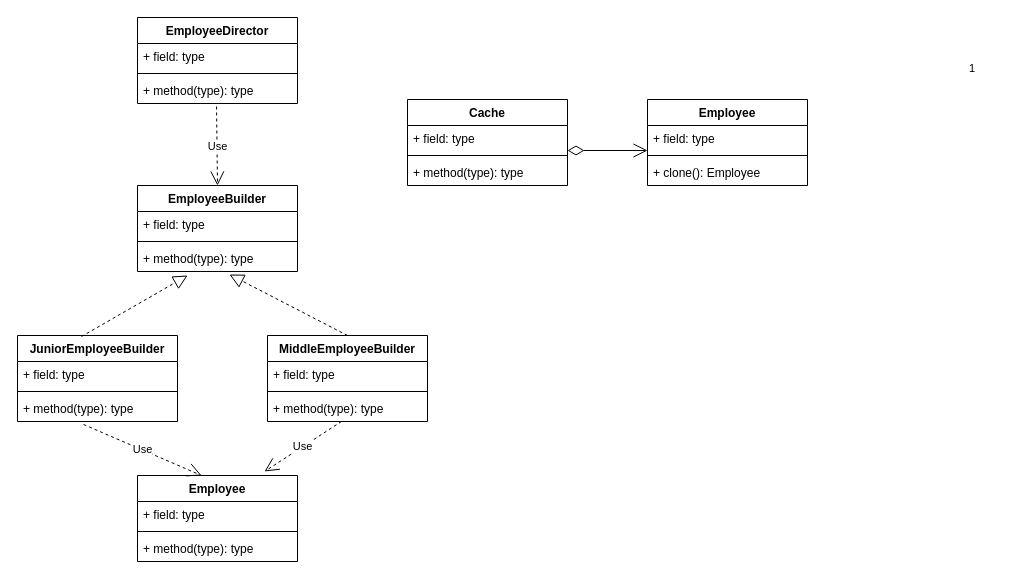
The draw.io diagram 4_cop.drawio in KiryhaPikoff/charp5sem, before the edit. Source tidied: cells renumbered, new cells numbered last; positions are measured from the earlier drawing's top-left corner, leaving out a move shared by most shapes. Both pictures are drawn from the tidied source at 100%, with x=0, y=0 at pixel (17, 17).
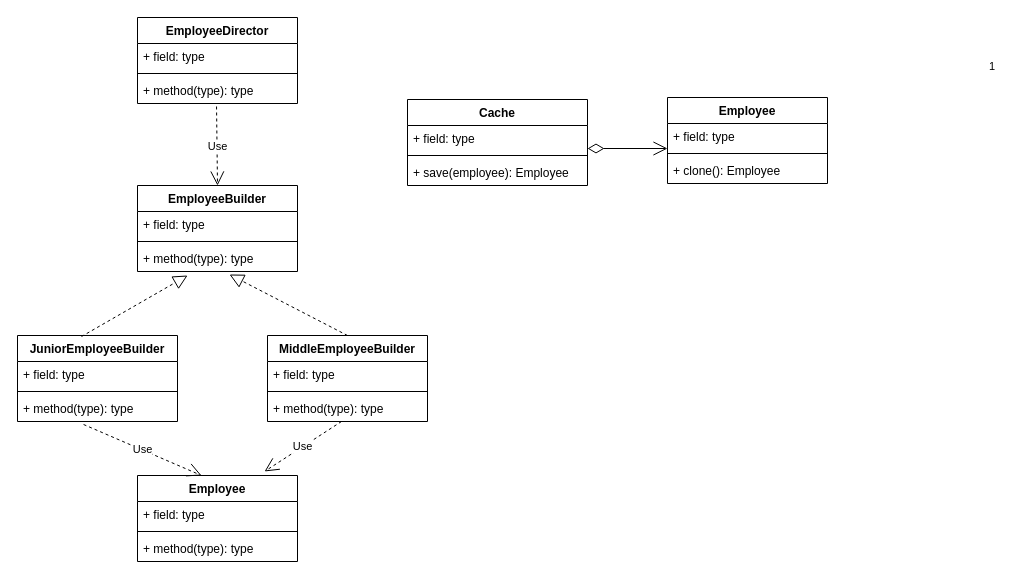
The same page after the edit.

Diff of the diagram source:
```diff
@@
     <mxCell id="27" value="Employee" style="swimlane;fontStyle=1;align=center;verticalAlign=top;horizontal=1;startSize=26;" parent="1" vertex="1">
-      <mxGeometry x="630" y="82" width="160" height="86" as="geometry" />
+      <mxGeometry x="650" y="80" width="160" height="86" as="geometry" />
     </mxCell>
@@
     <mxCell id="32" value="Cache" style="swimlane;fontStyle=1;align=center;verticalAlign=top;horizontal=1;startSize=26;" parent="1" vertex="1">
-      <mxGeometry x="390" y="82" width="160" height="86" as="geometry" />
+      <mxGeometry x="390" y="82" width="180" height="86" as="geometry" />
     </mxCell>
     <mxCell id="33" value="+ field: type" style="text;strokeColor=none;fillColor=none;align=left;verticalAlign=top;spacingLeft=4;spacingRight=4;overflow=hidden;" parent="32" vertex="1">
-      <mxGeometry y="26" width="160" height="26" as="geometry" />
+      <mxGeometry y="26" width="180" height="26" as="geometry" />
     </mxCell>
     <mxCell id="34" style="line;strokeWidth=1;fillColor=none;align=left;verticalAlign=middle;spacingTop=-1;spacingLeft=3;spacingRight=3;labelPosition=right;" parent="32" vertex="1">
-      <mxGeometry y="52" width="160" height="8" as="geometry" />
+      <mxGeometry y="52" width="180" height="8" as="geometry" />
     </mxCell>
-    <mxCell id="35" value="+ method(type): type" style="text;strokeColor=none;fillColor=none;align=left;verticalAlign=top;spacingLeft=4;spacingRight=4;overflow=hidden;" parent="32" vertex="1">
-      <mxGeometry y="60" width="160" height="26" as="geometry" />
+    <mxCell id="35" value="+ save(employee): Employee" style="text;strokeColor=none;fillColor=none;align=left;verticalAlign=top;spacingLeft=4;spacingRight=4;overflow=hidden;" parent="32" vertex="1">
+      <mxGeometry y="60" width="180" height="26" as="geometry" />
     </mxCell>
```
